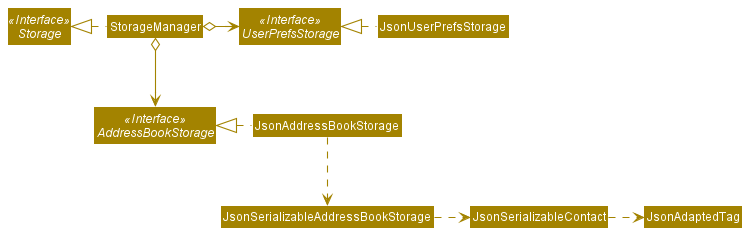
Earlier version of the PlantUML export docs/images/StorageClassDiagram.png (nus-cs2103-AY2021S2/tp).
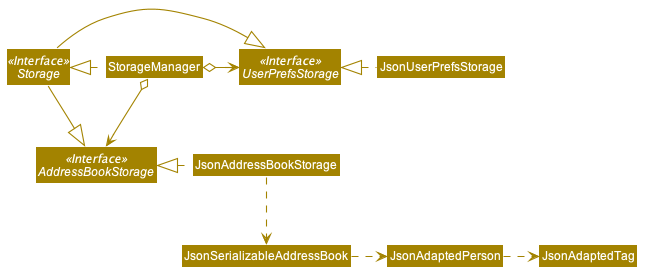
Above is the later version.

The edit, as a diff of the source:
```diff
@@ -1,8 +1,55 @@
 @startuml
-!include style.puml
+
+
+
+
+
+
+
+
+skinparam BackgroundColor #FFFFFFF
+
+skinparam Shadowing false
+
+skinparam Class {
+    FontColor #FFFFFF
+    BorderThickness 1
+    BorderColor #FFFFFF
+    StereotypeFontColor #FFFFFF
+    FontName Arial
+}
+
+skinparam Actor {
+    BorderColor #000000
+    Color #000000
+    FontName Arial
+}
+
+skinparam Sequence {
+    MessageAlign center
+    BoxFontSize 15
+    BoxPadding 0
+    BoxFontColor #FFFFFF
+    FontName Arial
+}
+
+skinparam Participant {
+    FontColor #FFFFFFF
+    Padding 20
+}
+
+skinparam MinClassWidth 50
+skinparam ParticipantPadding 10
+skinparam Shadowing false
+skinparam DefaultTextAlignment center
+skinparam packageStyle Rectangle
+
+hide footbox
+hide members
+hide circle
 skinparam arrowThickness 1.1
-skinparam arrowColor STORAGE_COLOR
-skinparam classBackgroundColor STORAGE_COLOR
+skinparam arrowColor #A38300
+skinparam classBackgroundColor #A38300
 
 Interface Storage <<Interface>>
 Interface UserPrefsStorage <<Interface>>
@@ -16,9 +63,12 @@
 StorageManager o-right-> UserPrefsStorage
 StorageManager o--> AddressBookStorage
 
+Storage -|> UserPrefsStorage
+Storage -|> AddressBookStorage
+
 JsonUserPrefsStorage .left.|> UserPrefsStorage
 JsonAddressBookStorage .left.|> AddressBookStorage
-JsonAddressBookStorage .down.> JsonSerializableAddressBookStorage
-JsonSerializableAddressBookStorage .right.> JsonSerializableContact
-JsonSerializableContact .right.> JsonAdaptedTag
+JsonAddressBookStorage .down.> JsonSerializableAddressBook
+JsonSerializableAddressBook .right.> JsonAdaptedPerson
+JsonAdaptedPerson .right.> JsonAdaptedTag
 @enduml
```
